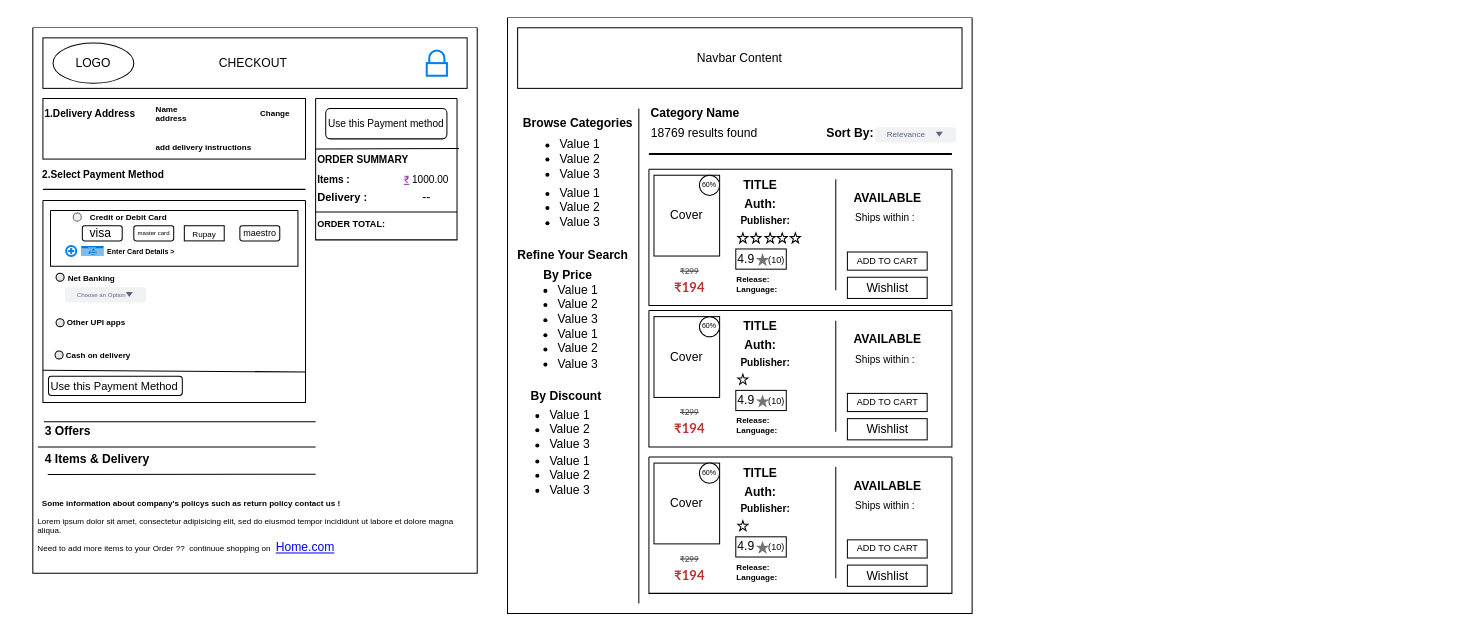
Earlier version of the draw.io diagram WireFrames/Category - checkout.drawio (D1-Deep-83745/0324-PGDAC-Sunbeam-Project). Source tidied: cells renumbered, new cells numbered last; positions are measured from the earlier drawing's top-left corner, leaving out a move shared by most shapes. Both pictures are drawn from the tidied source at 101%, with x=0, y=0 at pixel (17, 17).
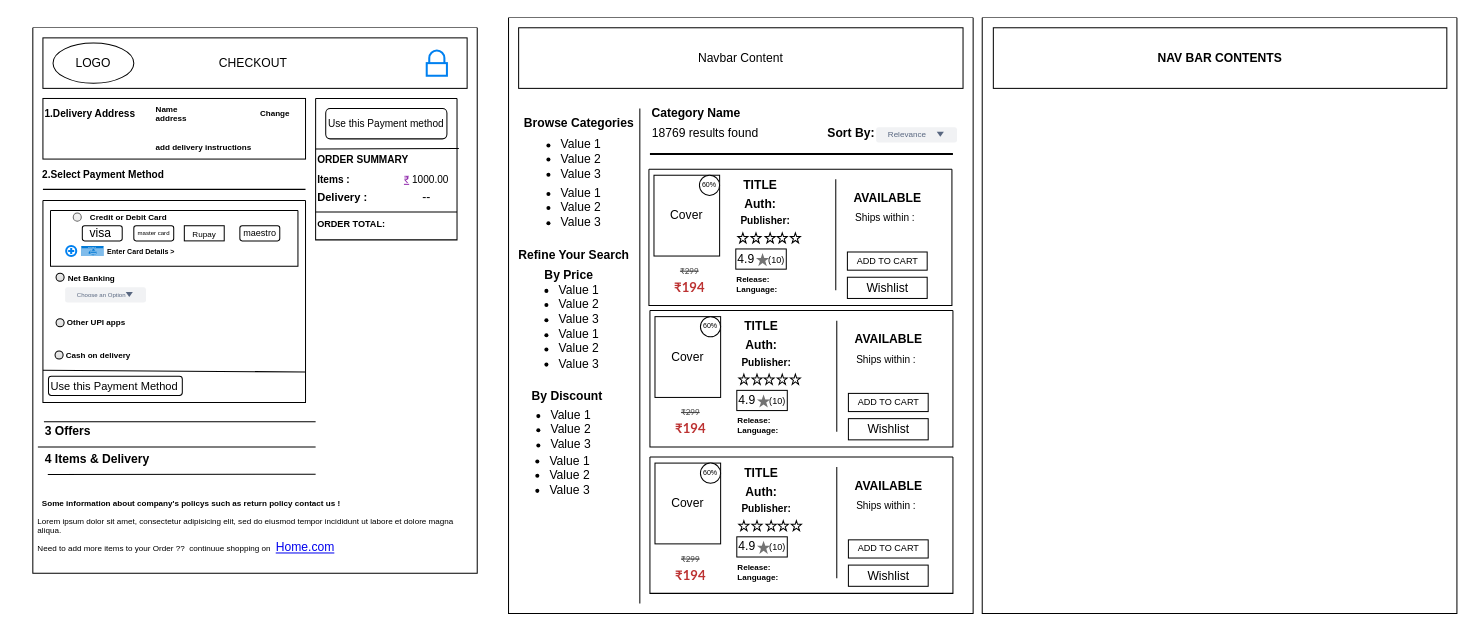
The same diagram, later.

Unchanged cells that the change refers to:
```xml
<mxCell id="69" style="swimlane;startSize=0;" parent="51" vertex="1">
  <mxGeometry x="140" y="290" width="300" height="135" as="geometry" />
</mxCell>
```

Change to the diagram source:
```diff
@@
     <mxCell id="51" style="swimlane;startSize=0;swimlaneFillColor=default;" parent="1" vertex="1">
-      <mxGeometry x="485" width="460" height="590" as="geometry" />
+      <mxGeometry x="486" width="460" height="590" as="geometry" />
     </mxCell>
@@
+    <mxCell id="128" style="verticalLabelPosition=bottom;verticalAlign=top;html=1;shape=mxgraph.basic.star;" parent="69" vertex="1">
+      <mxGeometry x="101" y="63" width="10" height="10" as="geometry" />
+    </mxCell>
@@
+    <mxCell id="129" style="verticalLabelPosition=bottom;verticalAlign=top;html=1;shape=mxgraph.basic.star;" parent="1" vertex="1">
+      <mxGeometry x="739" y="353" width="10" height="10" as="geometry" />
+    </mxCell>
+    <mxCell id="130" style="verticalLabelPosition=bottom;verticalAlign=top;html=1;shape=mxgraph.basic.star;" parent="1" vertex="1">
+      <mxGeometry x="752" y="353" width="10" height="10" as="geometry" />
+    </mxCell>
+    <mxCell id="131" style="verticalLabelPosition=bottom;verticalAlign=top;html=1;shape=mxgraph.basic.star;" parent="1" vertex="1">
+      <mxGeometry x="765" y="353" width="10" height="10" as="geometry" />
+    </mxCell>
+    <mxCell id="132" style="verticalLabelPosition=bottom;verticalAlign=top;html=1;shape=mxgraph.basic.star;" parent="1" vertex="1">
+      <mxGeometry x="727" y="498" width="10" height="10" as="geometry" />
+    </mxCell>
+    <mxCell id="133" style="verticalLabelPosition=bottom;verticalAlign=top;html=1;shape=mxgraph.basic.star;" parent="1" vertex="1">
+      <mxGeometry x="741" y="498" width="10" height="10" as="geometry" />
+    </mxCell>
+    <mxCell id="134" style="verticalLabelPosition=bottom;verticalAlign=top;html=1;shape=mxgraph.basic.star;" parent="1" vertex="1">
+      <mxGeometry x="753" y="498" width="10" height="10" as="geometry" />
+    </mxCell>
+    <mxCell id="135" style="verticalLabelPosition=bottom;verticalAlign=top;html=1;shape=mxgraph.basic.star;" parent="1" vertex="1">
+      <mxGeometry x="766" y="498" width="10" height="10" as="geometry" />
+    </mxCell>
+    <mxCell id="136" style="swimlane;startSize=0;swimlaneFillColor=default;" parent="1" vertex="1">
+      <mxGeometry x="955" width="470" height="590" as="geometry" />
+    </mxCell>
+    <mxCell id="137" value="NAV BAR CONTENTS" style="rounded=0;whiteSpace=wrap;html=1;fontStyle=1;" parent="136" vertex="1">
+      <mxGeometry x="11" y="10" width="449" height="60" as="geometry" />
+    </mxCell>
```
